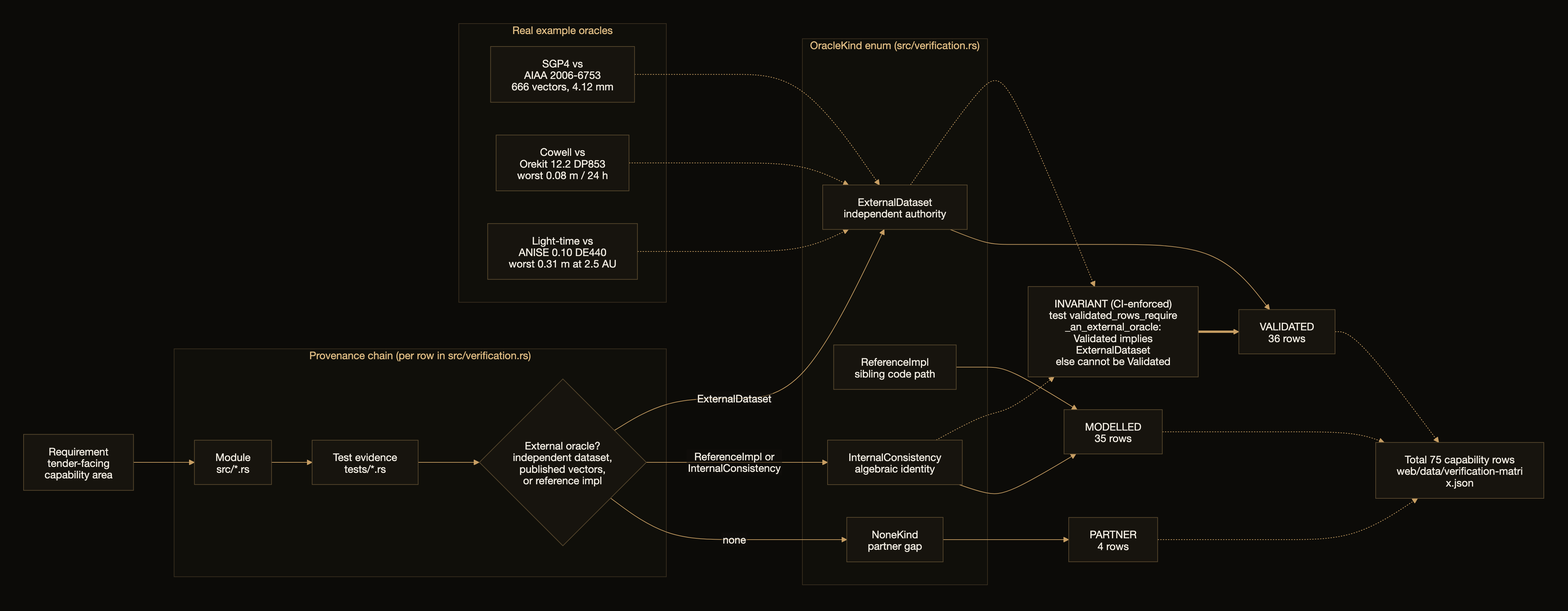
ashfordeOU/kshana keeps this Mermaid diagram as docs/assets/diagrams/validation-provenance.png. Above is the earlier version. Its source is kept beside it as docs/diagrams/validation-provenance.mmd. Its diagram source:
```mermaid
flowchart LR
    REQ["Requirement<br/>tender-facing<br/>capability area"]

    subgraph CHAIN["Provenance chain (per row in src/verification.rs)"]
        direction LR
        MOD["Module<br/>src/*.rs"]
        TST["Test evidence<br/>tests/*.rs"]
        ORA{"External oracle?<br/>independent dataset,<br/>published vectors,<br/>or reference impl"}
    end

    REQ --> MOD --> TST --> ORA

    subgraph KINDS["OracleKind enum (src/verification.rs)"]
        direction TD
        EXT["ExternalDataset<br/>independent authority"]
        REF["ReferenceImpl<br/>sibling code path"]
        INT["InternalConsistency<br/>algebraic identity"]
        NON["NoneKind<br/>partner gap"]
    end

    ORA -->|ExternalDataset| EXT
    ORA -->|"ReferenceImpl or<br/>InternalConsistency"| INT
    ORA -->|none| NON

    GUARD["INVARIANT (CI-enforced)<br/>test validated_rows_require<br/>_an_external_oracle:<br/>Validated implies<br/>ExternalDataset<br/>else cannot be Validated"]
    EXT -.-> GUARD
    INT -.-> GUARD

    EXT --> VAL["VALIDATED<br/>36 rows"]
    REF --> MDL["MODELLED<br/>35 rows"]
    INT --> MDL
    NON --> PRT["PARTNER<br/>4 rows"]
    GUARD ==> VAL

    subgraph EX["Real example oracles"]
        direction TD
        E1["SGP4 vs<br/>AIAA 2006-6753<br/>666 vectors, 4.12 mm"]
        E2["Cowell vs<br/>Orekit 12.2 DP853<br/>worst 0.08 m / 24 h"]
        E3["Light-time vs<br/>ANISE 0.10 DE440<br/>worst 0.31 m at 2.5 AU"]
    end

    E1 -.-> EXT
    E2 -.-> EXT
    E3 -.-> EXT

    TOTAL["Total 75 capability rows<br/>web/data/verification-matrix.json"]
    VAL -.-> TOTAL
    MDL -.-> TOTAL
    PRT -.-> TOTAL
```
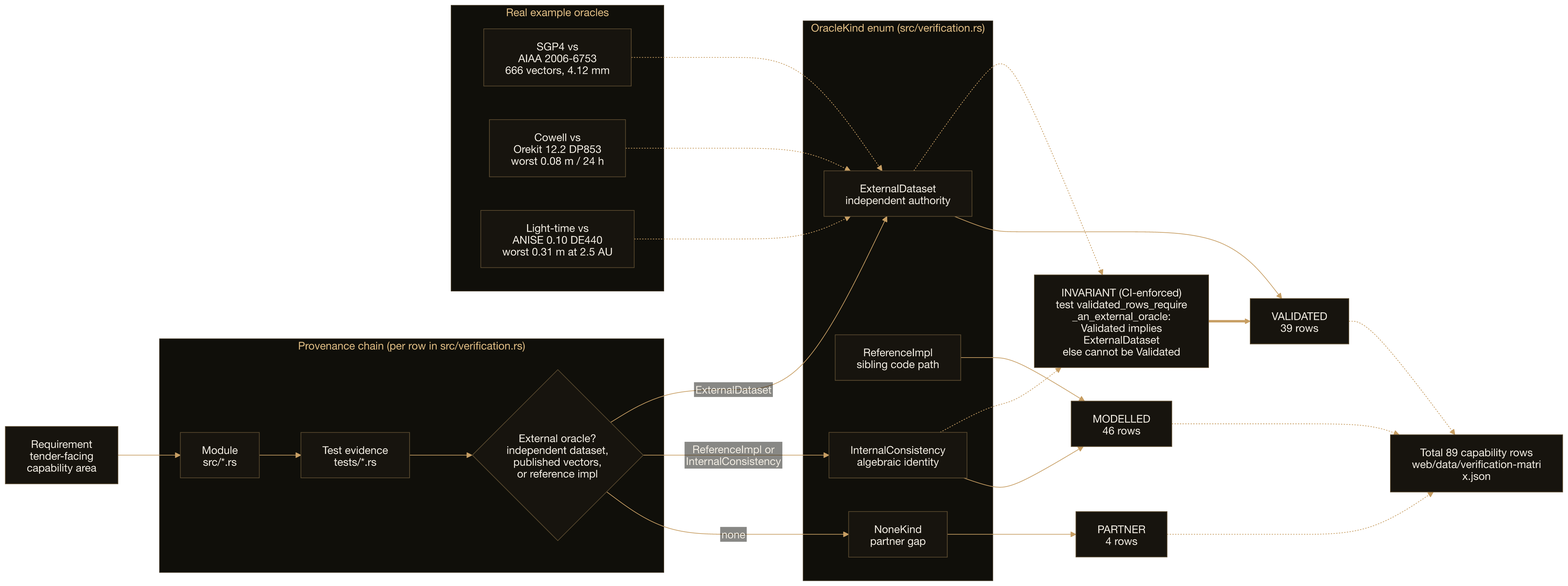
The same diagram one commit later.

The edit, as a diff of the source:
```diff
@@ -26,8 +26,8 @@
     EXT -.-> GUARD
     INT -.-> GUARD
 
-    EXT --> VAL["VALIDATED<br/>36 rows"]
-    REF --> MDL["MODELLED<br/>35 rows"]
+    EXT --> VAL["VALIDATED<br/>39 rows"]
+    REF --> MDL["MODELLED<br/>46 rows"]
     INT --> MDL
     NON --> PRT["PARTNER<br/>4 rows"]
     GUARD ==> VAL
@@ -43,7 +43,7 @@
     E2 -.-> EXT
     E3 -.-> EXT
 
-    TOTAL["Total 75 capability rows<br/>web/data/verification-matrix.json"]
+    TOTAL["Total 89 capability rows<br/>web/data/verification-matrix.json"]
     VAL -.-> TOTAL
     MDL -.-> TOTAL
     PRT -.-> TOTAL
```
